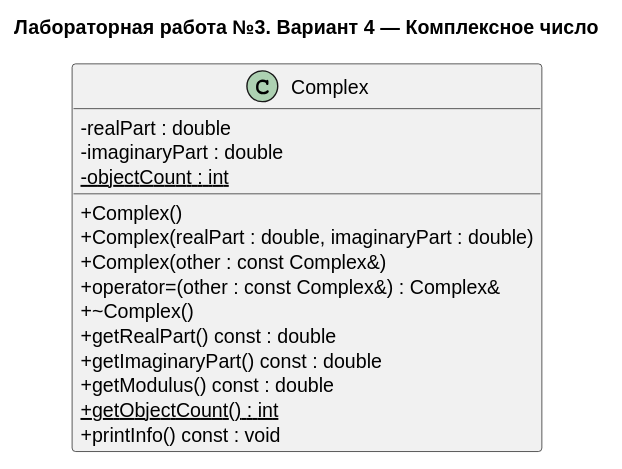
Earlier version of the PlantUML export uml/complex.svg (lnknwl/lab3). Source of this version:
```plantuml
@startuml
title Лабораторная работа №3. Вариант 4 — Комплексное число
skinparam classAttributeIconSize 0

class Complex {
    - realPart : double
    - imaginaryPart : double
    - {static} objectCount : int
    + Complex()
    + Complex(realPart : double, imaginaryPart : double)
    + Complex(other : const Complex&)
    + operator=(other : const Complex&) : Complex&
    + ~Complex()
    + getRealPart() const : double
    + getImaginaryPart() const : double
    + getModulus() const : double
    + {static} getObjectCount() : int
    + printInfo() const : void
}
@enduml
```
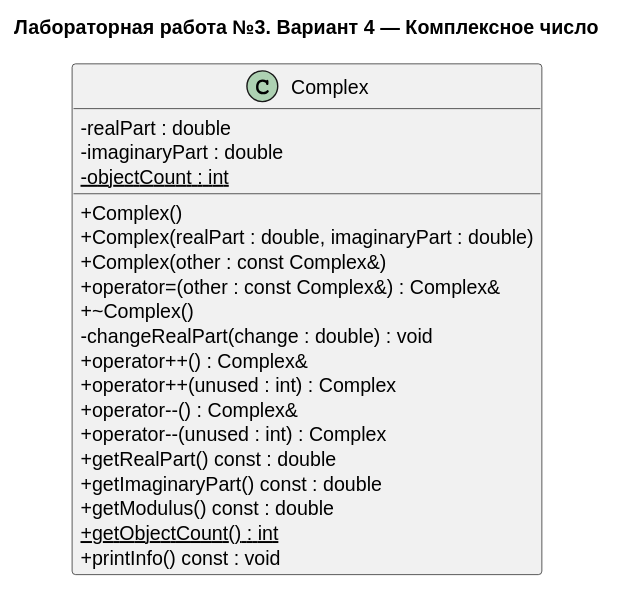
The same file after the commit.

Diff of the diagram source:
```diff
@@ -11,6 +11,11 @@
     + Complex(other : const Complex&)
     + operator=(other : const Complex&) : Complex&
     + ~Complex()
+    - changeRealPart(change : double) : void
+    + operator++() : Complex&
+    + operator++(unused : int) : Complex
+    + operator--() : Complex&
+    + operator--(unused : int) : Complex
     + getRealPart() const : double
     + getImaginaryPart() const : double
     + getModulus() const : double
```
